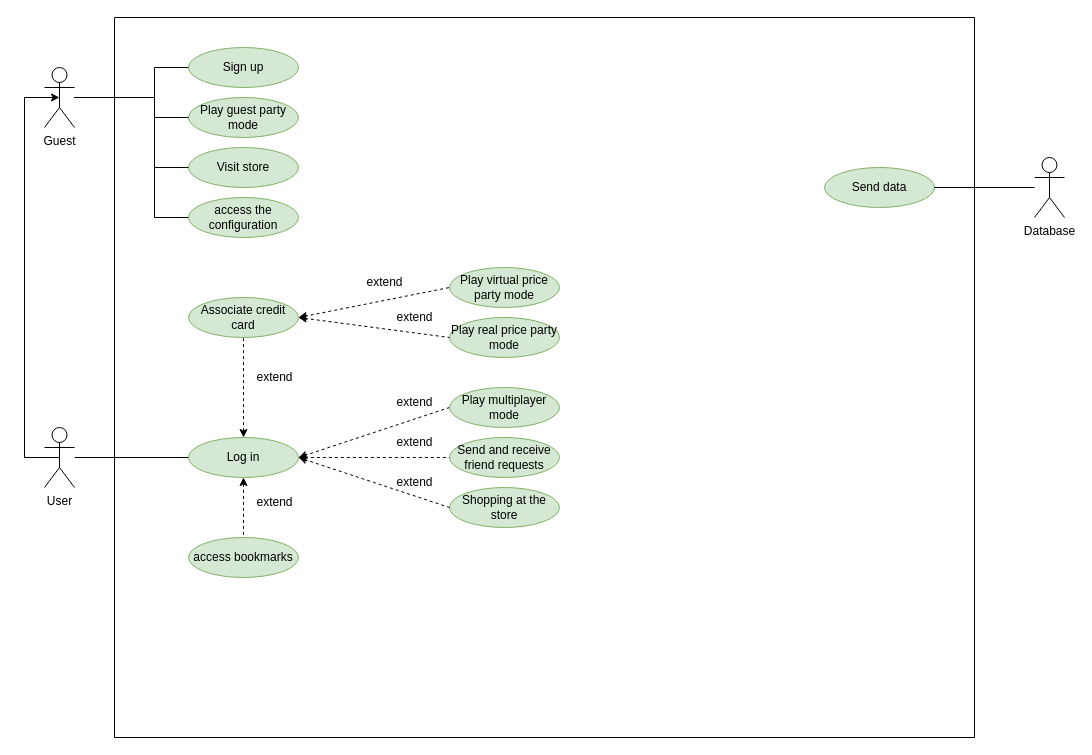
The draw.io diagram doc/diagramas/Descuentra_CU.drawio in samugd17/proyecto-ets, before the edit. Source tidied: cells renumbered, new cells numbered last; positions are measured from the earlier drawing's top-left corner, leaving out a move shared by most shapes. Both pictures are drawn from the tidied source at 100%, with x=0, y=0 at pixel (24, 17).
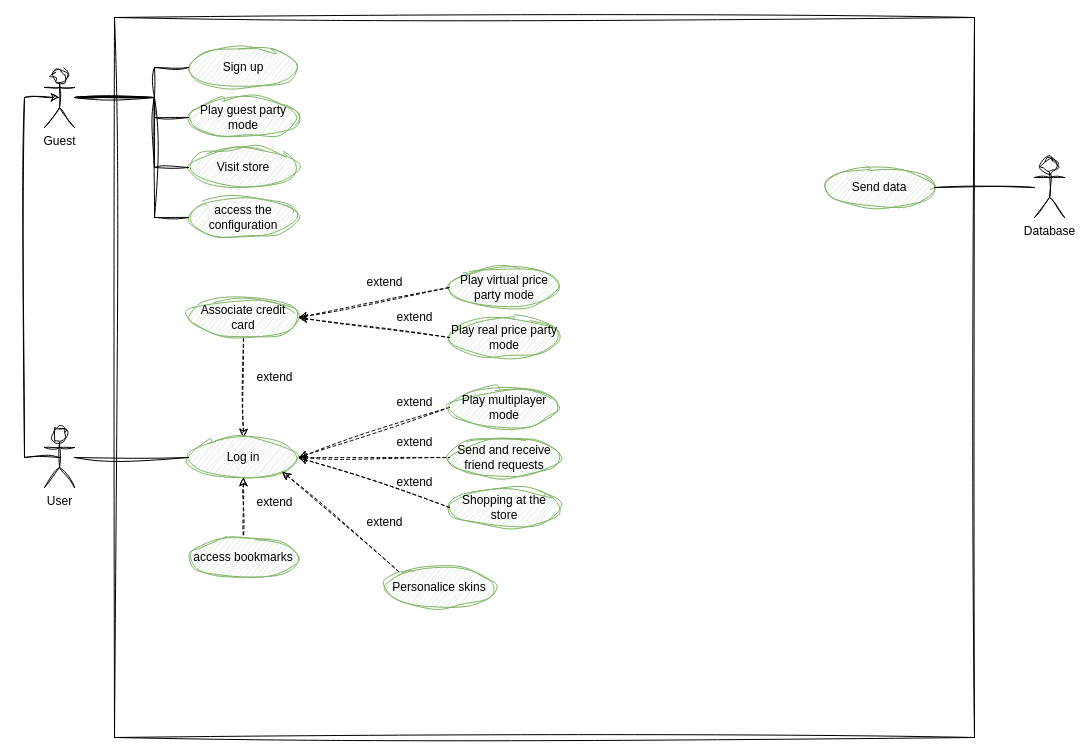
The same diagram, later.

Commit message:
Se modifica diagrama CU #6

Diff of the diagram source:
```diff
@@
-    <mxCell id="2" style="swimlane;startSize=0;" parent="1" vertex="1">
+    <mxCell id="2" style="swimlane;startSize=0;rounded=0;sketch=1;curveFitting=1;jiggle=2;" parent="1" vertex="1">
       <mxGeometry x="90" width="860" height="720" as="geometry" />
     </mxCell>
-    <mxCell id="3" style="edgeStyle=orthogonalEdgeStyle;rounded=0;jettySize=auto;html=1;entryX=0.5;entryY=1;entryDx=0;entryDy=0;endArrow=none;endFill=0;startArrow=classic;startFill=1;dashed=1;" parent="2" edge="1" source="5" target="9">
+    <mxCell id="3" style="edgeStyle=orthogonalEdgeStyle;rounded=0;jettySize=auto;html=1;entryX=0.5;entryY=1;entryDx=0;entryDy=0;endArrow=none;endFill=0;startArrow=classic;startFill=1;dashed=1;sketch=1;curveFitting=1;jiggle=2;" parent="2" edge="1" source="5" target="9">
       <mxGeometry relative="1" as="geometry" />
     </mxCell>
-    <mxCell id="4" style="edgeStyle=orthogonalEdgeStyle;rounded=0;jettySize=auto;html=1;entryX=0.5;entryY=0;entryDx=0;entryDy=0;endArrow=none;endFill=0;startArrow=classic;startFill=1;dashed=1;" parent="2" edge="1" source="5" target="16">
+    <mxCell id="4" style="edgeStyle=orthogonalEdgeStyle;rounded=0;jettySize=auto;html=1;entryX=0.5;entryY=0;entryDx=0;entryDy=0;endArrow=none;endFill=0;startArrow=classic;startFill=1;dashed=1;sketch=1;curveFitting=1;jiggle=2;" parent="2" edge="1" source="5" target="16">
       <mxGeometry relative="1" as="geometry" />
     </mxCell>
-    <mxCell id="5" value="Log in" style="ellipse;whiteSpace=wrap;html=1;fillColor=#d5e8d4;strokeColor=#82b366;" parent="2" vertex="1">
+    <mxCell id="5" value="Log in" style="ellipse;whiteSpace=wrap;html=1;fillColor=#d5e8d4;strokeColor=#82b366;rounded=0;sketch=1;curveFitting=1;jiggle=2;" parent="2" vertex="1">
       <mxGeometry x="74" y="420" width="110" height="40" as="geometry" />
     </mxCell>
-    <mxCell id="6" value="Send data" style="ellipse;whiteSpace=wrap;html=1;fillColor=#d5e8d4;strokeColor=#82b366;" parent="2" vertex="1">
+    <mxCell id="6" value="Send data" style="ellipse;whiteSpace=wrap;html=1;fillColor=#d5e8d4;strokeColor=#82b366;rounded=0;sketch=1;curveFitting=1;jiggle=2;" parent="2" vertex="1">
       <mxGeometry x="710" y="150" width="110" height="40" as="geometry" />
     </mxCell>
-    <mxCell id="7" value="Play real price party mode" style="ellipse;whiteSpace=wrap;html=1;fillColor=#d5e8d4;strokeColor=#82b366;" parent="2" vertex="1">
+    <mxCell id="7" value="Play real price party mode" style="ellipse;whiteSpace=wrap;html=1;fillColor=#d5e8d4;strokeColor=#82b366;rounded=0;sketch=1;curveFitting=1;jiggle=2;" parent="2" vertex="1">
       <mxGeometry x="335" y="300" width="110" height="40" as="geometry" />
     </mxCell>
-    <mxCell id="8" value="Sign up" style="ellipse;whiteSpace=wrap;html=1;fillColor=#d5e8d4;strokeColor=#82b366;" parent="2" vertex="1">
+    <mxCell id="8" value="Sign up" style="ellipse;whiteSpace=wrap;html=1;fillColor=#d5e8d4;strokeColor=#82b366;rounded=0;sketch=1;curveFitting=1;jiggle=2;" parent="2" vertex="1">
       <mxGeometry x="74" y="30" width="110" height="40" as="geometry" />
     </mxCell>
-    <mxCell id="9" value="Associate credit card" style="ellipse;whiteSpace=wrap;html=1;fillColor=#d5e8d4;strokeColor=#82b366;" parent="2" vertex="1">
+    <mxCell id="9" value="Associate credit card" style="ellipse;whiteSpace=wrap;html=1;fillColor=#d5e8d4;strokeColor=#82b366;rounded=0;sketch=1;curveFitting=1;jiggle=2;" parent="2" vertex="1">
       <mxGeometry x="74" y="280" width="110" height="40" as="geometry" />
     </mxCell>
-    <mxCell id="10" value="Play virtual price party mode" style="ellipse;whiteSpace=wrap;html=1;fillColor=#d5e8d4;strokeColor=#82b366;" parent="2" vertex="1">
+    <mxCell id="10" value="Play virtual price party mode" style="ellipse;whiteSpace=wrap;html=1;fillColor=#d5e8d4;strokeColor=#82b366;rounded=0;sketch=1;curveFitting=1;jiggle=2;" parent="2" vertex="1">
       <mxGeometry x="335" y="250" width="110" height="40" as="geometry" />
     </mxCell>
-    <mxCell id="11" value="Play guest party mode" style="ellipse;whiteSpace=wrap;html=1;fillColor=#d5e8d4;strokeColor=#82b366;" parent="2" vertex="1">
+    <mxCell id="11" value="Play guest party mode" style="ellipse;whiteSpace=wrap;html=1;fillColor=#d5e8d4;strokeColor=#82b366;rounded=0;sketch=1;curveFitting=1;jiggle=2;" parent="2" vertex="1">
       <mxGeometry x="74" y="80" width="110" height="40" as="geometry" />
     </mxCell>
-    <mxCell id="12" value="extend" style="text;html=1;align=center;verticalAlign=middle;strokeColor=none;fillColor=none;" parent="2" vertex="1">
+    <mxCell id="12" value="extend" style="text;html=1;align=center;verticalAlign=middle;strokeColor=none;fillColor=none;rounded=0;sketch=1;curveFitting=1;jiggle=2;" parent="2" vertex="1">
       <mxGeometry x="270" y="370" width="60" height="30" as="geometry" />
     </mxCell>
-    <mxCell id="13" style="endArrow=none;html=1;rounded=0;entryX=0;entryY=0.5;entryDx=0;entryDy=0;exitX=1;exitY=0.5;exitDx=0;exitDy=0;endFill=0;startArrow=classic;startFill=1;dashed=1;" parent="2" edge="1" source="5" target="20">
+    <mxCell id="13" style="endArrow=none;html=1;rounded=0;entryX=0;entryY=0.5;entryDx=0;entryDy=0;exitX=1;exitY=0.5;exitDx=0;exitDy=0;endFill=0;startArrow=classic;startFill=1;dashed=1;sketch=1;curveFitting=1;jiggle=2;" parent="2" edge="1" source="5" target="20">
       <mxGeometry relative="1" as="geometry" />
     </mxCell>
-    <mxCell id="14" value="Visit store" style="ellipse;whiteSpace=wrap;html=1;fillColor=#d5e8d4;strokeColor=#82b366;" parent="2" vertex="1">
+    <mxCell id="14" value="Visit store" style="ellipse;whiteSpace=wrap;html=1;fillColor=#d5e8d4;strokeColor=#82b366;rounded=0;sketch=1;curveFitting=1;jiggle=2;" parent="2" vertex="1">
       <mxGeometry x="74" y="130" width="110" height="40" as="geometry" />
     </mxCell>
-    <mxCell id="15" value="access the configuration" style="ellipse;whiteSpace=wrap;html=1;fillColor=#d5e8d4;strokeColor=#82b366;" parent="2" vertex="1">
+    <mxCell id="15" value="access the configuration" style="ellipse;whiteSpace=wrap;html=1;fillColor=#d5e8d4;strokeColor=#82b366;rounded=0;sketch=1;curveFitting=1;jiggle=2;" parent="2" vertex="1">
       <mxGeometry x="74" y="180" width="110" height="40" as="geometry" />
     </mxCell>
-    <mxCell id="16" value="access bookmarks" style="ellipse;whiteSpace=wrap;html=1;fillColor=#d5e8d4;strokeColor=#82b366;" parent="2" vertex="1">
+    <mxCell id="16" value="access bookmarks" style="ellipse;whiteSpace=wrap;html=1;fillColor=#d5e8d4;strokeColor=#82b366;rounded=0;sketch=1;curveFitting=1;jiggle=2;" parent="2" vertex="1">
       <mxGeometry x="74" y="520" width="110" height="40" as="geometry" />
     </mxCell>
-    <mxCell id="17" value="extend" style="text;html=1;align=center;verticalAlign=middle;strokeColor=none;fillColor=none;" parent="2" vertex="1">
+    <mxCell id="17" value="extend" style="text;html=1;align=center;verticalAlign=middle;strokeColor=none;fillColor=none;rounded=0;sketch=1;curveFitting=1;jiggle=2;" parent="2" vertex="1">
       <mxGeometry x="130" y="470" width="60" height="30" as="geometry" />
     </mxCell>
-    <mxCell id="18" value="Send and receive friend requests" style="ellipse;whiteSpace=wrap;html=1;fillColor=#d5e8d4;strokeColor=#82b366;" parent="2" vertex="1">
+    <mxCell id="18" value="Send and receive friend requests" style="ellipse;whiteSpace=wrap;html=1;fillColor=#d5e8d4;strokeColor=#82b366;rounded=0;sketch=1;curveFitting=1;jiggle=2;" parent="2" vertex="1">
       <mxGeometry x="335" y="420" width="110" height="40" as="geometry" />
     </mxCell>
-    <mxCell id="19" value="Shopping at the store" style="ellipse;whiteSpace=wrap;html=1;fillColor=#d5e8d4;strokeColor=#82b366;" parent="2" vertex="1">
+    <mxCell id="19" value="Shopping at the store" style="ellipse;whiteSpace=wrap;html=1;fillColor=#d5e8d4;strokeColor=#82b366;rounded=0;sketch=1;curveFitting=1;jiggle=2;" parent="2" vertex="1">
       <mxGeometry x="335" y="470" width="110" height="40" as="geometry" />
     </mxCell>
-    <mxCell id="20" value="Play multiplayer mode" style="ellipse;whiteSpace=wrap;html=1;fillColor=#d5e8d4;strokeColor=#82b366;" parent="2" vertex="1">
+    <mxCell id="20" value="Play multiplayer mode" style="ellipse;whiteSpace=wrap;html=1;fillColor=#d5e8d4;strokeColor=#82b366;rounded=0;sketch=1;curveFitting=1;jiggle=2;" parent="2" vertex="1">
       <mxGeometry x="335" y="370" width="110" height="40" as="geometry" />
     </mxCell>
-    <mxCell id="21" value="extend" style="text;html=1;align=center;verticalAlign=middle;strokeColor=none;fillColor=none;" parent="2" vertex="1">
+    <mxCell id="21" value="extend" style="text;html=1;align=center;verticalAlign=middle;strokeColor=none;fillColor=none;rounded=0;sketch=1;curveFitting=1;jiggle=2;" parent="2" vertex="1">
       <mxGeometry x="130" y="345" width="60" height="30" as="geometry" />
     </mxCell>
-    <mxCell id="22" style="endArrow=none;dashed=1;html=1;rounded=0;exitX=1;exitY=0.5;exitDx=0;exitDy=0;entryX=0;entryY=0.5;entryDx=0;entryDy=0;startArrow=classic;startFill=1;" parent="2" edge="1" source="5" target="18">
+    <mxCell id="22" style="endArrow=none;dashed=1;html=1;rounded=0;exitX=1;exitY=0.5;exitDx=0;exitDy=0;entryX=0;entryY=0.5;entryDx=0;entryDy=0;startArrow=classic;startFill=1;sketch=1;curveFitting=1;jiggle=2;" parent="2" edge="1" source="5" target="18">
       <mxGeometry relative="1" as="geometry" />
     </mxCell>
-    <mxCell id="23" style="endArrow=none;dashed=1;html=1;rounded=0;exitX=1;exitY=0.5;exitDx=0;exitDy=0;entryX=0;entryY=0.5;entryDx=0;entryDy=0;startArrow=classic;startFill=1;" parent="2" edge="1" source="5" target="19">
+    <mxCell id="23" style="endArrow=none;dashed=1;html=1;rounded=0;exitX=1;exitY=0.5;exitDx=0;exitDy=0;entryX=0;entryY=0.5;entryDx=0;entryDy=0;startArrow=classic;startFill=1;sketch=1;curveFitting=1;jiggle=2;" parent="2" edge="1" source="5" target="19">
       <mxGeometry relative="1" as="geometry" />
     </mxCell>
-    <mxCell id="24" value="extend" style="text;html=1;align=center;verticalAlign=middle;strokeColor=none;fillColor=none;" parent="2" vertex="1">
+    <mxCell id="24" value="extend" style="text;html=1;align=center;verticalAlign=middle;strokeColor=none;fillColor=none;rounded=0;sketch=1;curveFitting=1;jiggle=2;" parent="2" vertex="1">
       <mxGeometry x="270" y="450" width="60" height="30" as="geometry" />
     </mxCell>
-    <mxCell id="25" value="extend" style="text;html=1;align=center;verticalAlign=middle;strokeColor=none;fillColor=none;" parent="2" vertex="1">
+    <mxCell id="25" value="extend" style="text;html=1;align=center;verticalAlign=middle;strokeColor=none;fillColor=none;rounded=0;sketch=1;curveFitting=1;jiggle=2;" parent="2" vertex="1">
       <mxGeometry x="270" y="410" width="60" height="30" as="geometry" />
     </mxCell>
-    <mxCell id="26" style="endArrow=none;html=1;rounded=0;entryX=0;entryY=0.5;entryDx=0;entryDy=0;exitX=1;exitY=0.5;exitDx=0;exitDy=0;endFill=0;startArrow=classic;startFill=1;dashed=1;" parent="2" edge="1" source="9" target="7">
+    <mxCell id="26" style="endArrow=none;html=1;rounded=0;entryX=0;entryY=0.5;entryDx=0;entryDy=0;exitX=1;exitY=0.5;exitDx=0;exitDy=0;endFill=0;startArrow=classic;startFill=1;dashed=1;sketch=1;curveFitting=1;jiggle=2;" parent="2" edge="1" source="9" target="7">
       <mxGeometry relative="1" as="geometry" />
     </mxCell>
-    <mxCell id="27" style="endArrow=none;html=1;rounded=0;entryX=0;entryY=0.5;entryDx=0;entryDy=0;exitX=1;exitY=0.5;exitDx=0;exitDy=0;endFill=0;startArrow=classic;startFill=1;dashed=1;" parent="2" edge="1" source="9" target="10">
+    <mxCell id="27" style="endArrow=none;html=1;rounded=0;entryX=0;entryY=0.5;entryDx=0;entryDy=0;exitX=1;exitY=0.5;exitDx=0;exitDy=0;endFill=0;startArrow=classic;startFill=1;dashed=1;sketch=1;curveFitting=1;jiggle=2;" parent="2" edge="1" source="9" target="10">
       <mxGeometry relative="1" as="geometry" />
     </mxCell>
-    <mxCell id="28" value="extend" style="text;html=1;align=center;verticalAlign=middle;strokeColor=none;fillColor=none;" parent="2" vertex="1">
+    <mxCell id="28" value="extend" style="text;html=1;align=center;verticalAlign=middle;strokeColor=none;fillColor=none;rounded=0;sketch=1;curveFitting=1;jiggle=2;" parent="2" vertex="1">
       <mxGeometry x="270" y="285" width="60" height="30" as="geometry" />
     </mxCell>
-    <mxCell id="29" value="extend" style="text;html=1;align=center;verticalAlign=middle;strokeColor=none;fillColor=none;" parent="2" vertex="1">
+    <mxCell id="29" value="extend" style="text;html=1;align=center;verticalAlign=middle;strokeColor=none;fillColor=none;rounded=0;sketch=1;curveFitting=1;jiggle=2;" parent="2" vertex="1">
       <mxGeometry x="240" y="250" width="60" height="30" as="geometry" />
     </mxCell>
+    <mxCell id="40" value="Personalice skins" style="ellipse;whiteSpace=wrap;html=1;fillColor=#d5e8d4;strokeColor=#82b366;rounded=0;sketch=1;curveFitting=1;jiggle=2;" parent="2" vertex="1">
+      <mxGeometry x="270" y="550" width="110" height="40" as="geometry" />
+    </mxCell>
+    <mxCell id="41" style="endArrow=none;dashed=1;html=1;rounded=0;exitX=1;exitY=1;exitDx=0;exitDy=0;entryX=0;entryY=0;entryDx=0;entryDy=0;startArrow=classic;startFill=1;sketch=1;curveFitting=1;jiggle=2;" parent="2" edge="1" source="5" target="40">
+      <mxGeometry relative="1" as="geometry" />
+    </mxCell>
+    <mxCell id="42" value="extend" style="text;html=1;align=center;verticalAlign=middle;strokeColor=none;fillColor=none;rounded=0;sketch=1;curveFitting=1;jiggle=2;" parent="2" vertex="1">
+      <mxGeometry x="240" y="490" width="60" height="30" as="geometry" />
+    </mxCell>
-    <mxCell id="30" style="edgeStyle=orthogonalEdgeStyle;rounded=0;jettySize=auto;html=1;entryX=0.5;entryY=0.5;entryDx=0;entryDy=0;entryPerimeter=0;exitX=0.5;exitY=0.5;exitDx=0;exitDy=0;exitPerimeter=0;" parent="1" edge="1" source="32" target="39">
+    <mxCell id="30" style="edgeStyle=orthogonalEdgeStyle;rounded=0;jettySize=auto;html=1;entryX=0.5;entryY=0.5;entryDx=0;entryDy=0;entryPerimeter=0;exitX=0.5;exitY=0.5;exitDx=0;exitDy=0;exitPerimeter=0;sketch=1;curveFitting=1;jiggle=2;" parent="1" edge="1" source="32" target="39">
       <mxGeometry relative="1" as="geometry">
         <Array as="points">
           <mxPoint y="440" />
           <mxPoint y="80" />
         </Array>
       </mxGeometry>
     </mxCell>
-    <mxCell id="31" style="edgeStyle=orthogonalEdgeStyle;rounded=0;jettySize=auto;html=1;entryX=0;entryY=0.5;entryDx=0;entryDy=0;endArrow=none;endFill=0;" parent="1" edge="1" source="32" target="5">
+    <mxCell id="31" style="edgeStyle=orthogonalEdgeStyle;rounded=0;jettySize=auto;html=1;entryX=0;entryY=0.5;entryDx=0;entryDy=0;endArrow=none;endFill=0;sketch=1;curveFitting=1;jiggle=2;" parent="1" edge="1" source="32" target="5">
       <mxGeometry relative="1" as="geometry" />
     </mxCell>
-    <mxCell id="32" value="User" style="shape=umlActor;verticalLabelPosition=bottom;verticalAlign=top;html=1;outlineConnect=0;" parent="1" vertex="1">
+    <mxCell id="32" value="User" style="shape=umlActor;verticalLabelPosition=bottom;verticalAlign=top;html=1;outlineConnect=0;rounded=0;sketch=1;curveFitting=1;jiggle=2;" parent="1" vertex="1">
       <mxGeometry x="20" y="410" width="30" height="60" as="geometry" />
     </mxCell>
-    <mxCell id="33" style="edgeStyle=orthogonalEdgeStyle;rounded=0;jettySize=auto;html=1;entryX=1;entryY=0.5;entryDx=0;entryDy=0;endArrow=none;endFill=0;" parent="1" edge="1" source="34" target="6">
+    <mxCell id="33" style="edgeStyle=orthogonalEdgeStyle;rounded=0;jettySize=auto;html=1;entryX=1;entryY=0.5;entryDx=0;entryDy=0;endArrow=none;endFill=0;sketch=1;curveFitting=1;jiggle=2;" parent="1" edge="1" source="34" target="6">
       <mxGeometry relative="1" as="geometry" />
     </mxCell>
-    <mxCell id="34" value="Database" style="shape=umlActor;verticalLabelPosition=bottom;verticalAlign=top;html=1;outlineConnect=0;" parent="1" vertex="1">
+    <mxCell id="34" value="Database" style="shape=umlActor;verticalLabelPosition=bottom;verticalAlign=top;html=1;outlineConnect=0;rounded=0;sketch=1;curveFitting=1;jiggle=2;" parent="1" vertex="1">
       <mxGeometry x="1010" y="140" width="30" height="60" as="geometry" />
     </mxCell>
-    <mxCell id="35" style="edgeStyle=orthogonalEdgeStyle;rounded=0;jettySize=auto;html=1;entryX=0;entryY=0.5;entryDx=0;entryDy=0;endArrow=none;endFill=0;" parent="1" edge="1" source="39" target="8">
+    <mxCell id="35" style="edgeStyle=orthogonalEdgeStyle;rounded=0;jettySize=auto;html=1;entryX=0;entryY=0.5;entryDx=0;entryDy=0;endArrow=none;endFill=0;sketch=1;curveFitting=1;jiggle=2;" parent="1" edge="1" source="39" target="8">
       <mxGeometry relative="1" as="geometry">
         <Array as="points">
           <mxPoint x="130" y="80" />
           <mxPoint x="130" y="50" />
         </Array>
       </mxGeometry>
     </mxCell>
-    <mxCell id="36" style="edgeStyle=orthogonalEdgeStyle;rounded=0;jettySize=auto;html=1;entryX=0;entryY=0.5;entryDx=0;entryDy=0;endArrow=none;endFill=0;" parent="1" edge="1" source="39" target="11">
+    <mxCell id="36" style="edgeStyle=orthogonalEdgeStyle;rounded=0;jettySize=auto;html=1;entryX=0;entryY=0.5;entryDx=0;entryDy=0;endArrow=none;endFill=0;sketch=1;curveFitting=1;jiggle=2;" parent="1" edge="1" source="39" target="11">
       <mxGeometry relative="1" as="geometry">
         <Array as="points">
           <mxPoint x="130" y="80" />
           <mxPoint x="130" y="100" />
         </Array>
       </mxGeometry>
     </mxCell>
-    <mxCell id="37" style="edgeStyle=orthogonalEdgeStyle;rounded=0;jettySize=auto;html=1;entryX=0;entryY=0.5;entryDx=0;entryDy=0;endArrow=none;endFill=0;" parent="1" edge="1" source="39" target="14">
+    <mxCell id="37" style="edgeStyle=orthogonalEdgeStyle;rounded=0;jettySize=auto;html=1;entryX=0;entryY=0.5;entryDx=0;entryDy=0;endArrow=none;endFill=0;sketch=1;curveFitting=1;jiggle=2;" parent="1" edge="1" source="39" target="14">
       <mxGeometry relative="1" as="geometry">
         <Array as="points">
           <mxPoint x="130" y="80" />
           <mxPoint x="130" y="150" />
         </Array>
       </mxGeometry>
     </mxCell>
-    <mxCell id="38" style="edgeStyle=orthogonalEdgeStyle;rounded=0;jettySize=auto;html=1;entryX=0;entryY=0.5;entryDx=0;entryDy=0;endArrow=none;endFill=0;" parent="1" edge="1" source="39" target="15">
+    <mxCell id="38" style="edgeStyle=orthogonalEdgeStyle;rounded=0;jettySize=auto;html=1;entryX=0;entryY=0.5;entryDx=0;entryDy=0;endArrow=none;endFill=0;sketch=1;curveFitting=1;jiggle=2;" parent="1" edge="1" source="39" target="15">
       <mxGeometry relative="1" as="geometry">
         <Array as="points">
           <mxPoint x="130" y="80" />
           <mxPoint x="130" y="200" />
         </Array>
       </mxGeometry>
     </mxCell>
-    <mxCell id="39" value="Guest" style="shape=umlActor;verticalLabelPosition=bottom;verticalAlign=top;html=1;outlineConnect=0;" parent="1" vertex="1">
+    <mxCell id="39" value="Guest" style="shape=umlActor;verticalLabelPosition=bottom;verticalAlign=top;html=1;outlineConnect=0;rounded=0;sketch=1;curveFitting=1;jiggle=2;" parent="1" vertex="1">
       <mxGeometry x="20" y="50" width="30" height="60" as="geometry" />
     </mxCell>
```
